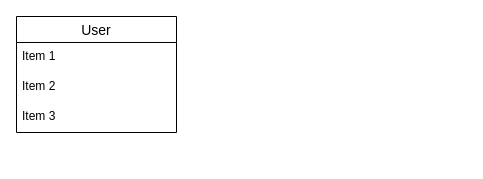
This is ER.dio from junya-kume/schedule, a draw.io file, before an edit. Source tidied: cells renumbered, new cells numbered last; positions are measured from the earlier drawing's top-left corner, leaving out a move shared by most shapes. Both pictures are drawn from the tidied source at 100%, with x=0, y=0 at pixel (16, 16).
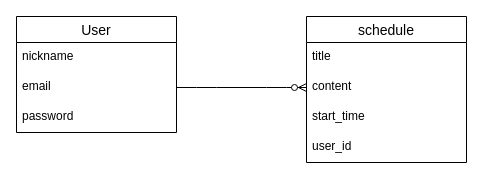
Above is the later version.

The edit, as a diff of the source:
```diff
@@
 <mxGraphModel>
   <root>
     <mxCell id="0" />
     <mxCell id="1" parent="0" />
     <mxCell id="2" value="User" style="swimlane;fontStyle=0;horizontal=1;startSize=26;align=center;fontSize=14;" parent="1" vertex="1">
       <mxGeometry width="160" height="116" as="geometry" />
     </mxCell>
-    <mxCell id="3" value="Item 1" style="text;strokeColor=none;fillColor=none;spacingLeft=4;spacingRight=4;overflow=hidden;fontSize=12;" parent="2" vertex="1">
+    <mxCell id="3" value="nickname" style="text;strokeColor=none;fillColor=none;spacingLeft=4;spacingRight=4;overflow=hidden;fontSize=12;" parent="2" vertex="1">
       <mxGeometry y="26" width="160" height="30" as="geometry" />
     </mxCell>
-    <mxCell id="4" value="Item 2" style="text;strokeColor=none;fillColor=none;spacingLeft=4;spacingRight=4;overflow=hidden;points=[[0,0.5],[1,0.5]];portConstraint=eastwest;fontSize=12;" parent="2" vertex="1">
+    <mxCell id="4" value="email" style="text;strokeColor=none;fillColor=none;spacingLeft=4;spacingRight=4;overflow=hidden;points=[[0,0.5],[1,0.5]];portConstraint=eastwest;fontSize=12;" parent="2" vertex="1">
       <mxGeometry y="56" width="160" height="30" as="geometry" />
     </mxCell>
-    <mxCell id="5" value="Item 3" style="text;strokeColor=none;fillColor=none;spacingLeft=4;spacingRight=4;overflow=hidden;fontSize=12;" parent="2" vertex="1">
+    <mxCell id="5" value="password" style="text;strokeColor=none;fillColor=none;spacingLeft=4;spacingRight=4;overflow=hidden;fontSize=12;" parent="2" vertex="1">
       <mxGeometry y="86" width="160" height="30" as="geometry" />
     </mxCell>
+    <mxCell id="6" value="schedule" style="swimlane;fontStyle=0;horizontal=1;startSize=26;align=center;fontSize=14;" parent="1" vertex="1">
+      <mxGeometry x="290" width="160" height="146" as="geometry" />
+    </mxCell>
+    <mxCell id="7" value="title" style="text;strokeColor=none;fillColor=none;spacingLeft=4;spacingRight=4;overflow=hidden;fontSize=12;" parent="6" vertex="1">
+      <mxGeometry y="26" width="160" height="30" as="geometry" />
+    </mxCell>
+    <mxCell id="8" value="content" style="text;strokeColor=none;fillColor=none;spacingLeft=4;spacingRight=4;overflow=hidden;points=[[0,0.5],[1,0.5]];portConstraint=eastwest;fontSize=12;" parent="6" vertex="1">
+      <mxGeometry y="56" width="160" height="30" as="geometry" />
+    </mxCell>
+    <mxCell id="9" value="start_time" style="text;strokeColor=none;fillColor=none;spacingLeft=4;spacingRight=4;overflow=hidden;fontSize=12;" parent="6" vertex="1">
+      <mxGeometry y="86" width="160" height="30" as="geometry" />
+    </mxCell>
+    <mxCell id="10" value="user_id" style="text;strokeColor=none;fillColor=none;spacingLeft=4;spacingRight=4;overflow=hidden;fontSize=12;" parent="6" vertex="1">
+      <mxGeometry y="116" width="160" height="30" as="geometry" />
+    </mxCell>
+    <mxCell id="11" style="edgeStyle=entityRelationEdgeStyle;fontSize=12;html=1;endArrow=ERzeroToMany;endFill=1;exitX=1;exitY=0.5;exitDx=0;exitDy=0;entryX=0;entryY=0.5;entryDx=0;entryDy=0;" parent="1" edge="1" source="4" target="8">
+      <mxGeometry relative="1" as="geometry" />
+    </mxCell>
   </root>
 </mxGraphModel>
```
